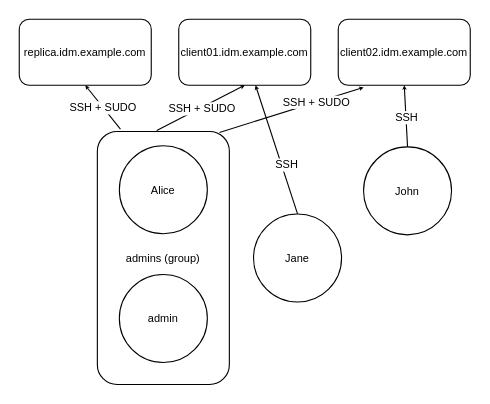
Before: HBAC+SUDO_Diagram.drawio in klara440/modular-docs-new, a draw.io diagram. Source tidied: cells renumbered, new cells numbered last; positions are measured from the earlier drawing's top-left corner, leaving out a move shared by most shapes. Both pictures are drawn from the tidied source at 110%, with x=0, y=0 at pixel (19, 19).
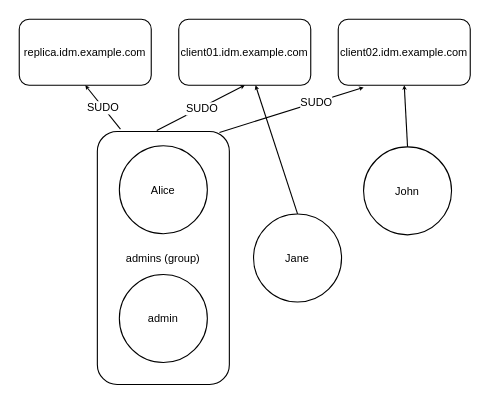
Above is the later version.

Unchanged cells that the change refers to:
```xml
<mxCell id="7" style="endArrow=classic;html=1;rounded=0;fontSize=10;startSize=1;endSize=1;exitX=0.5;exitY=0;exitDx=0;exitDy=0;" parent="1" edge="1" source="6">
  <mxGeometry relative="1" as="geometry">
    <mxPoint x="350" y="60" as="targetPoint" />
  </mxGeometry>
</mxCell>
<mxCell id="11" style="endArrow=classic;html=1;rounded=0;fontSize=10;startSize=1;endSize=1;exitX=0.175;exitY=-0.009;exitDx=0;exitDy=0;exitPerimeter=0;entryX=0.5;entryY=1;entryDx=0;entryDy=0;" parent="1" edge="1" source="10" target="2">
  <mxGeometry relative="1" as="geometry" />
</mxCell>
<mxCell id="14" style="endArrow=classic;html=1;rounded=0;fontSize=10;startSize=1;endSize=1;exitX=0.5;exitY=0;exitDx=0;exitDy=0;" parent="1" edge="1" source="13" target="3">
  <mxGeometry relative="1" as="geometry" />
</mxCell>
<mxCell id="16" style="endArrow=classic;html=1;rounded=0;fontSize=10;startSize=1;endSize=1;exitX=0.45;exitY=-0.004;exitDx=0;exitDy=0;exitPerimeter=0;entryX=0.5;entryY=1;entryDx=0;entryDy=0;" parent="1" edge="1" source="10" target="3">
  <mxGeometry relative="1" as="geometry" />
</mxCell>
<mxCell id="18" style="endArrow=classic;html=1;rounded=0;fontSize=10;startSize=1;endSize=1;entryX=0.192;entryY=1.033;entryDx=0;entryDy=0;entryPerimeter=0;exitX=0.925;exitY=0.004;exitDx=0;exitDy=0;exitPerimeter=0;" parent="1" edge="1" source="10" target="4">
  <mxGeometry relative="1" as="geometry" />
</mxCell>
```

The edit, as a diff of the source:
```diff
@@
-    <mxCell id="8" value="&lt;div&gt;SSH&lt;/div&gt;" style="edgeLabel;html=1;align=center;verticalAlign=middle;fontSize=10;" parent="7" vertex="1">
-      <mxGeometry relative="1" as="geometry" />
-    </mxCell>
@@
-    <mxCell id="12" value="&lt;div&gt;SSH + SUDO&lt;/div&gt;" style="edgeLabel;html=1;align=center;verticalAlign=middle;fontSize=10;fillColor=none;" parent="11" vertex="1">
+    <mxCell id="12" value="SUDO" style="edgeLabel;html=1;align=center;verticalAlign=middle;fontSize=10;fillColor=none;" parent="11" vertex="1">
       <mxGeometry relative="1" as="geometry" />
     </mxCell>
@@
-    <mxCell id="15" value="&lt;div&gt;SSH&lt;/div&gt;" style="edgeLabel;html=1;align=center;verticalAlign=middle;fontSize=10;fillColor=none;" parent="14" vertex="1">
-      <mxGeometry relative="1" as="geometry">
-        <mxPoint x="9" y="13" as="offset" />
-      </mxGeometry>
-    </mxCell>
@@
-    <mxCell id="17" value="SSH + SUDO" style="edgeLabel;html=1;align=center;verticalAlign=middle;fontSize=10;fillColor=none;" parent="16" vertex="1">
+    <mxCell id="17" value="SUDO" style="edgeLabel;html=1;align=center;verticalAlign=middle;fontSize=10;fillColor=none;" parent="16" vertex="1">
       <mxGeometry relative="1" as="geometry" />
     </mxCell>
@@
-    <mxCell id="19" value="SSH + SUDO" style="edgeLabel;html=1;align=center;verticalAlign=middle;fontSize=10;fillColor=none;" parent="18" vertex="1">
+    <mxCell id="19" value="SUDO" style="edgeLabel;html=1;align=center;verticalAlign=middle;fontSize=10;fillColor=none;" parent="18" vertex="1">
       <mxGeometry relative="1" as="geometry">
         <mxPoint x="22" y="-8" as="offset" />
       </mxGeometry>
     </mxCell>
```
